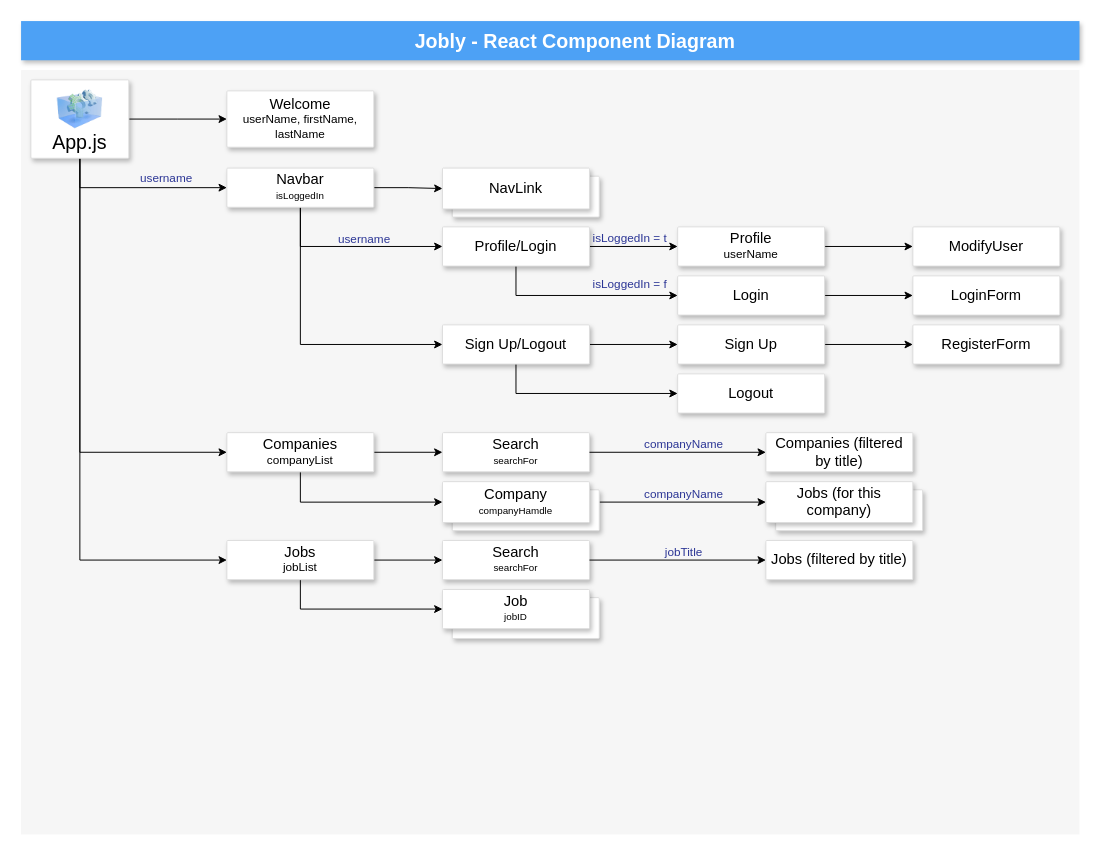
Above: springboard/43_React_Jobly/component_design.drawio in khelyorbek/Projects (draw.io), before the change. Source tidied: cells renumbered, new cells numbered last; positions are measured from the earlier drawing's top-left corner, leaving out a move shared by most shapes. Both pictures are drawn from the tidied source at 98%, with x=0, y=0 at pixel (21, 21).
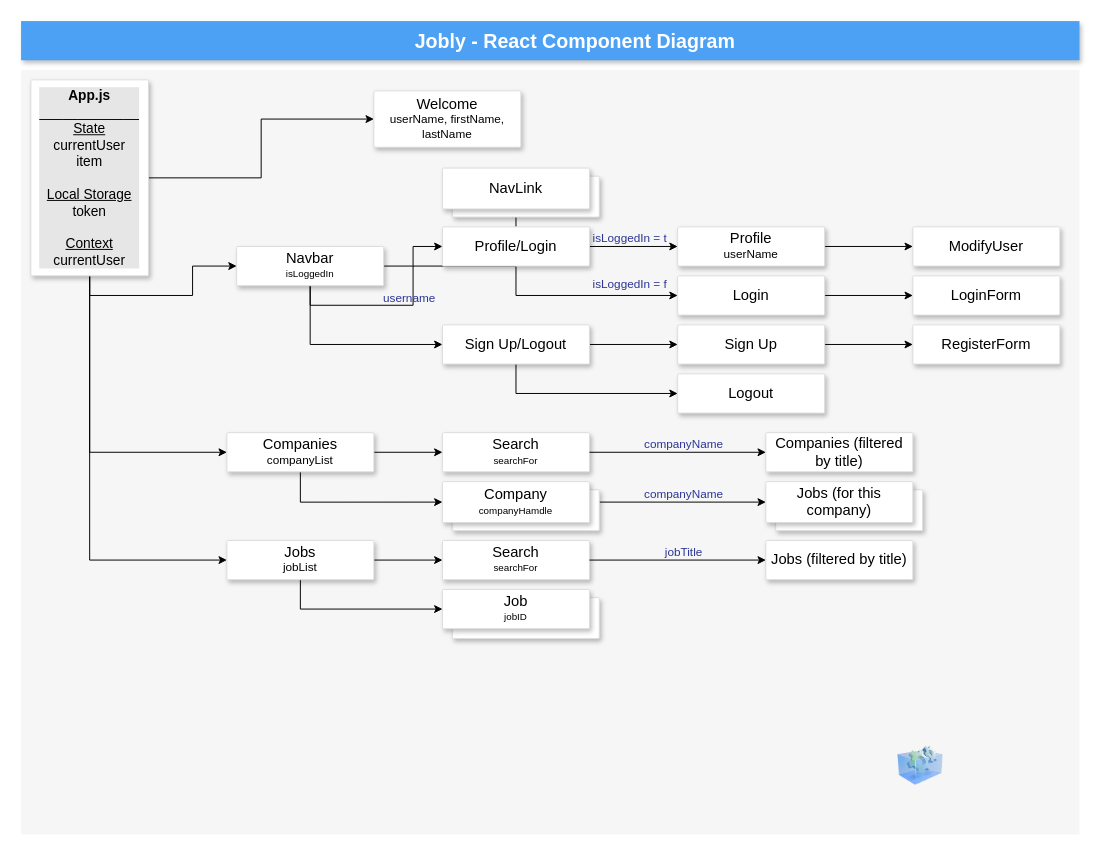
Above is the later version.

Unchanged cells that the change refers to:
```xml
<mxCell id="2" style="fillColor=#F6F6F6;strokeColor=none;shadow=0;gradientColor=none;fontSize=14;align=left;spacing=10;fontColor=#717171;9E9E9E;verticalAlign=top;spacingTop=-4;fontStyle=0;spacingLeft=40;html=1;" parent="1" vertex="1">
  <mxGeometry y="50" width="1080" height="780" as="geometry" />
</mxCell>
<mxCell id="4" style="edgeStyle=orthogonalEdgeStyle;rounded=0;jettySize=auto;html=1;exitX=0.5;exitY=1;exitDx=0;exitDy=0;entryX=0;entryY=0.5;entryDx=0;entryDy=0;fontSize=11;fontColor=#000000;" parent="2" edge="1" source="54" target="11">
  <mxGeometry relative="1" as="geometry" />
</mxCell>
```

Change to the diagram source:
```diff
@@
-    <mxCell id="5" value="username" style="edgeLabel;html=1;align=center;verticalAlign=bottom;fontSize=12;fontColor=#2B3595;labelBackgroundColor=none;fontStyle=0;" parent="4" vertex="1">
-      <mxGeometry x="0.3" y="1" relative="1" as="geometry" />
-    </mxCell>
@@
     <mxCell id="8" value="&lt;font color=&quot;#000000&quot;&gt;&lt;font style=&quot;font-size: 15px;&quot;&gt;Welcome&lt;br&gt;&lt;/font&gt;userName, firstName, lastName&lt;br&gt;&lt;/font&gt;" style="strokeColor=#dddddd;fillColor=#ffffff;shadow=1;strokeWidth=1;rounded=1;absoluteArcSize=1;arcSize=2;labelPosition=center;verticalLabelPosition=middle;align=center;verticalAlign=middle;spacingLeft=0;fontColor=#999999;fontSize=12;whiteSpace=wrap;spacingBottom=2;html=1;" parent="2" vertex="1">
-      <mxGeometry x="210" y="21.2" width="150" height="57.5" as="geometry" />
+      <mxGeometry x="360" y="21.2" width="150" height="57.5" as="geometry" />
     </mxCell>
@@
     <mxCell id="11" value="&lt;font color=&quot;#000000&quot;&gt;&lt;font style=&quot;&quot;&gt;&lt;font style=&quot;font-size: 15px;&quot;&gt;Navbar&lt;/font&gt;&lt;br&gt;&lt;/font&gt;&lt;font style=&quot;font-size: 10px;&quot;&gt;isLoggedIn&lt;/font&gt;&lt;br&gt;&lt;/font&gt;" style="strokeColor=#dddddd;fillColor=#ffffff;shadow=1;strokeWidth=1;rounded=1;absoluteArcSize=1;arcSize=2;labelPosition=center;verticalLabelPosition=middle;align=center;verticalAlign=middle;spacingLeft=0;fontColor=#999999;fontSize=12;whiteSpace=wrap;spacingBottom=2;html=1;" parent="2" vertex="1">
-      <mxGeometry x="210" y="100" width="150" height="40" as="geometry" />
+      <mxGeometry x="220" y="180" width="150" height="40" as="geometry" />
     </mxCell>
@@
-    <mxCell id="54" value="&lt;font color=&quot;#000000&quot; style=&quot;font-size: 20px;&quot;&gt;App.js&lt;/font&gt;" style="strokeColor=#dddddd;fillColor=#ffffff;shadow=1;strokeWidth=1;rounded=1;absoluteArcSize=1;arcSize=2;labelPosition=center;verticalLabelPosition=middle;align=center;verticalAlign=bottom;spacingLeft=0;fontColor=#999999;fontSize=12;whiteSpace=wrap;spacingBottom=2;html=1;" parent="2" vertex="1">
-      <mxGeometry x="10" y="10" width="100" height="80" as="geometry" />
+    <mxCell id="54" value="&lt;font color=&quot;#000000&quot; style=&quot;font-size: 14px;&quot;&gt;&lt;b&gt;App.js&lt;br&gt;&lt;/b&gt;_____________&lt;br style=&quot;&quot;&gt;&lt;u&gt;State&lt;/u&gt;&lt;br style=&quot;&quot;&gt;currentUser&lt;br style=&quot;&quot;&gt;item&lt;br style=&quot;&quot;&gt;&lt;br style=&quot;&quot;&gt;&lt;u&gt;Local Storage&lt;/u&gt;&lt;br style=&quot;&quot;&gt;token&lt;br&gt;&lt;br&gt;&lt;u&gt;Context&lt;/u&gt;&lt;br&gt;currentUser&lt;br style=&quot;font-size: 11px;&quot;&gt;&lt;/font&gt;" style="strokeColor=#dddddd;fillColor=#ffffff;shadow=1;strokeWidth=1;rounded=1;absoluteArcSize=1;arcSize=2;labelPosition=center;verticalLabelPosition=middle;align=center;verticalAlign=middle;spacingLeft=0;fontColor=#999999;fontSize=11;whiteSpace=wrap;spacingBottom=0;html=1;spacing=2;labelBackgroundColor=#E6E6E6;" parent="2" vertex="1">
+      <mxGeometry x="10" y="10" width="120" height="200" as="geometry" />
     </mxCell>
     <mxCell id="55" style="image;html=1;image=img/lib/clip_art/computers/Virtual_Application_128x128.png;fontSize=20;" parent="2" vertex="1">
-      <mxGeometry x="32.5" y="20" width="55" height="40" as="geometry" />
+      <mxGeometry x="890" y="690" width="55" height="40" as="geometry" />
     </mxCell>
```
